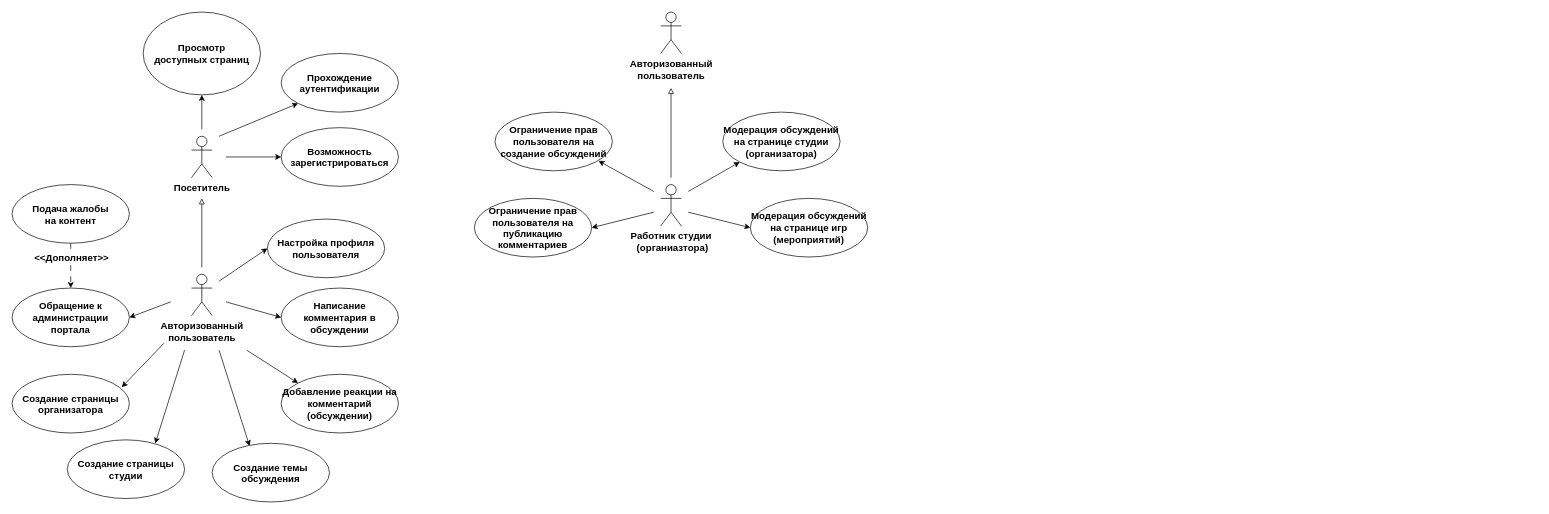
The draw.io diagram doc/usecases.drawio in TrondinDS/SNGGame, before the edit. Source tidied: cells renumbered, new cells numbered last; positions are measured from the earlier drawing's top-left corner, leaving out a move shared by most shapes. Both pictures are drawn from the tidied source at 69%, with x=0, y=0 at pixel (12, 12).
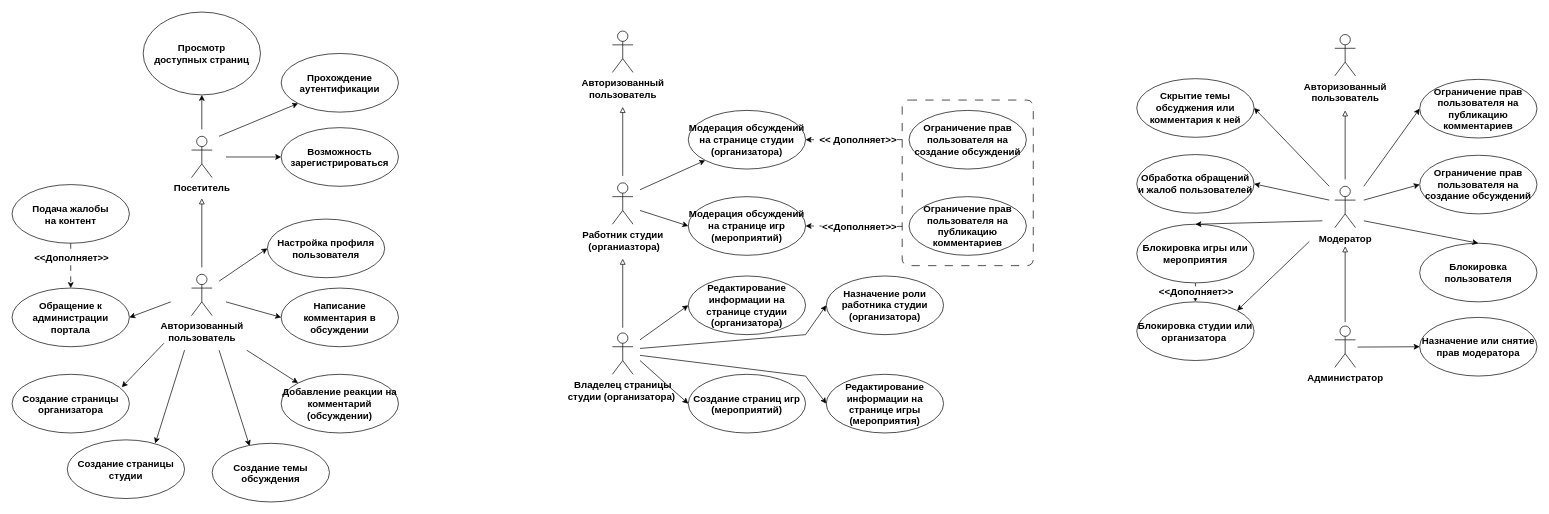
After the change.

Commit message:
update usecase diagrams

The edit, as a diff of the source:
```diff
@@
+    <mxCell id="39" style="rounded=1;whiteSpace=wrap;html=1;fillColor=none;strokeWidth=1;dashed=1;dashPattern=12 12;arcSize=5;" parent="1" vertex="1">
+      <mxGeometry x="1290" y="127.5" width="190" height="240" as="geometry" />
+    </mxCell>
+    <mxCell id="40" value="Редактирование информации на странице игры (мероприятия)" style="ellipse;whiteSpace=wrap;html=1;fontSize=14;fontStyle=1;" parent="1" vertex="1">
+      <mxGeometry x="1180" y="525" width="170" height="85" as="geometry" />
+    </mxCell>
+    <mxCell id="41" value="Назначение роли работника студии (организатора)" style="ellipse;whiteSpace=wrap;html=1;fontSize=14;fontStyle=1;" parent="1" vertex="1">
+      <mxGeometry x="1180" y="382.5" width="170" height="85" as="geometry" />
+    </mxCell>
@@
     <mxCell id="20" style="edgeStyle=orthogonalEdgeStyle;rounded=0;orthogonalLoop=1;jettySize=auto;html=1;endArrow=block;endFill=0;" parent="1" edge="1">
       <mxGeometry relative="1" as="geometry">
-        <mxPoint x="955" y="240" as="sourcePoint" />
-        <mxPoint x="955" y="110" as="targetPoint" />
+        <mxPoint x="885" y="237.5" as="sourcePoint" />
+        <mxPoint x="885" y="137.5" as="targetPoint" />
       </mxGeometry>
     </mxCell>
-    <mxCell id="21" style="rounded=0;jettySize=auto;html=1;entryX=1;entryY=0.5;entryDx=0;entryDy=0;" parent="1" edge="1" target="28">
-      <mxGeometry relative="1" as="geometry">
-        <mxPoint x="930" y="290" as="sourcePoint" />
-      </mxGeometry>
-    </mxCell>
-    <mxCell id="22" style="rounded=0;jettySize=auto;html=1;entryX=0.882;entryY=0.831;entryDx=0;entryDy=0;entryPerimeter=0;" parent="1" edge="1" target="29">
-      <mxGeometry relative="1" as="geometry">
-        <mxPoint x="930" y="260" as="sourcePoint" />
-      </mxGeometry>
-    </mxCell>
     <mxCell id="23" style="rounded=0;jettySize=auto;html=1;entryX=0;entryY=1;entryDx=0;entryDy=0;" parent="1" edge="1" target="26">
       <mxGeometry relative="1" as="geometry">
-        <mxPoint x="980" y="260" as="sourcePoint" />
+        <mxPoint x="910" y="257.5" as="sourcePoint" />
       </mxGeometry>
     </mxCell>
     <mxCell id="24" style="rounded=0;jettySize=auto;html=1;entryX=0;entryY=0.5;entryDx=0;entryDy=0;" parent="1" edge="1" target="27">
       <mxGeometry relative="1" as="geometry">
-        <mxPoint x="980" y="290" as="sourcePoint" />
+        <mxPoint x="910" y="287.5" as="sourcePoint" />
       </mxGeometry>
     </mxCell>
     <mxCell id="25" value="&lt;div&gt;Работник студии&lt;/div&gt;&lt;div&gt;&amp;nbsp;(&lt;span style=&quot;background-color: transparent; color: light-dark(rgb(0, 0, 0), rgb(255, 255, 255));&quot;&gt;органиазтора&lt;/span&gt;&lt;span style=&quot;background-color: transparent; color: light-dark(rgb(0, 0, 0), rgb(255, 255, 255));&quot;&gt;)&lt;/span&gt;&lt;/div&gt;" style="shape=umlActor;verticalLabelPosition=bottom;verticalAlign=top;html=1;fontSize=14;fontStyle=1;" parent="1" vertex="1">
-      <mxGeometry x="940" y="250" width="30" height="60" as="geometry" />
+      <mxGeometry x="870" y="247.5" width="30" height="60" as="geometry" />
     </mxCell>
     <mxCell id="26" value="Модерация обсуждений на странице студии (организатора)" style="ellipse;whiteSpace=wrap;html=1;fontSize=14;fontStyle=1;" parent="1" vertex="1">
-      <mxGeometry x="1030" y="145" width="170" height="85" as="geometry" />
+      <mxGeometry x="980" y="142.5" width="170" height="85" as="geometry" />
     </mxCell>
     <mxCell id="27" value="Модерация обсуждений на странице игр (мероприятий)" style="ellipse;whiteSpace=wrap;html=1;fontSize=14;fontStyle=1;" parent="1" vertex="1">
-      <mxGeometry x="1070" y="270" width="170" height="85" as="geometry" />
+      <mxGeometry x="980" y="267.5" width="170" height="85" as="geometry" />
     </mxCell>
+    <mxCell id="42" style="rounded=0;jettySize=auto;html=1;entryX=1;entryY=0.5;entryDx=0;entryDy=0;dashed=1;dashPattern=8 8;exitX=0.001;exitY=0.763;exitDx=0;exitDy=0;exitPerimeter=0;" parent="1" edge="1" source="39" target="27">
+      <mxGeometry relative="1" as="geometry" />
+    </mxCell>
+    <mxCell id="43" value="&amp;lt;&amp;lt;Дополняет&amp;gt;&amp;gt;" style="edgeLabel;html=1;align=center;verticalAlign=middle;fontStyle=1;fontSize=14;" parent="42" vertex="1">
+      <mxGeometry x="0.4" relative="1" as="geometry">
+        <mxPoint x="35" as="offset" />
+      </mxGeometry>
+    </mxCell>
     <mxCell id="28" value="Ограничение прав пользователя на публикацию комментариев" style="ellipse;whiteSpace=wrap;html=1;fontSize=14;fontStyle=1;" parent="1" vertex="1">
-      <mxGeometry x="670" y="270" width="170" height="85" as="geometry" />
+      <mxGeometry x="1300" y="267.5" width="170" height="85" as="geometry" />
     </mxCell>
+    <mxCell id="44" style="rounded=0;jettySize=auto;html=1;entryX=1;entryY=0.5;entryDx=0;entryDy=0;dashed=1;dashPattern=8 8;exitX=0.001;exitY=0.239;exitDx=0;exitDy=0;exitPerimeter=0;" parent="1" edge="1" source="39" target="26">
+      <mxGeometry relative="1" as="geometry" />
+    </mxCell>
+    <mxCell id="45" value="&amp;lt;&amp;lt; Дополняет&amp;gt;&amp;gt;" style="edgeLabel;html=1;align=center;verticalAlign=middle;fontStyle=1;fontSize=14;" parent="44" vertex="1">
+      <mxGeometry x="0.11" y="-1" relative="1" as="geometry">
+        <mxPoint x="13" y="1" as="offset" />
+      </mxGeometry>
+    </mxCell>
     <mxCell id="29" value="Ограничение прав пользователя на создание обсуждений" style="ellipse;whiteSpace=wrap;html=1;fontSize=14;fontStyle=1;" parent="1" vertex="1">
-      <mxGeometry x="700" y="145" width="170" height="85" as="geometry" />
+      <mxGeometry x="1300" y="142.5" width="170" height="85" as="geometry" />
     </mxCell>
     <mxCell id="30" value="Авторизованный&lt;div&gt;пользователь&lt;/div&gt;" style="shape=umlActor;verticalLabelPosition=bottom;verticalAlign=top;html=1;fontSize=14;fontStyle=1;" parent="1" vertex="1">
-      <mxGeometry x="940" width="30" height="60" as="geometry" />
+      <mxGeometry x="870" y="27.5" width="30" height="60" as="geometry" />
     </mxCell>
@@
+    <mxCell id="46" style="rounded=0;orthogonalLoop=1;jettySize=auto;html=1;endArrow=block;endFill=0;" parent="1" edge="1">
+      <mxGeometry relative="1" as="geometry">
+        <mxPoint x="885" y="457.5" as="sourcePoint" />
+        <mxPoint x="885" y="357.5" as="targetPoint" />
+      </mxGeometry>
+    </mxCell>
+    <mxCell id="47" style="rounded=0;jettySize=auto;html=1;entryX=0;entryY=0.5;entryDx=0;entryDy=0;" parent="1" edge="1" target="50">
+      <mxGeometry relative="1" as="geometry">
+        <mxPoint x="910" y="475" as="sourcePoint" />
+      </mxGeometry>
+    </mxCell>
+    <mxCell id="48" style="rounded=0;jettySize=auto;html=1;entryX=0;entryY=0.5;entryDx=0;entryDy=0;" parent="1" edge="1" target="51">
+      <mxGeometry relative="1" as="geometry">
+        <mxPoint x="910" y="505" as="sourcePoint" />
+      </mxGeometry>
+    </mxCell>
+    <mxCell id="49" value="&lt;div&gt;Владелец страницы&lt;/div&gt;&lt;div&gt;студии (организатора)&amp;nbsp;&lt;/div&gt;" style="shape=umlActor;verticalLabelPosition=bottom;verticalAlign=top;html=1;fontSize=14;fontStyle=1;" parent="1" vertex="1">
+      <mxGeometry x="870" y="465" width="30" height="60" as="geometry" />
+    </mxCell>
+    <mxCell id="50" value="Редактирование информации на странице студии (организатора)" style="ellipse;whiteSpace=wrap;html=1;fontSize=14;fontStyle=1;" parent="1" vertex="1">
+      <mxGeometry x="980" y="382.5" width="170" height="85" as="geometry" />
+    </mxCell>
+    <mxCell id="51" value="Создание страниц игр (мероприятий)" style="ellipse;whiteSpace=wrap;html=1;fontSize=14;fontStyle=1;" parent="1" vertex="1">
+      <mxGeometry x="980" y="525" width="170" height="85" as="geometry" />
+    </mxCell>
+    <mxCell id="52" style="edgeStyle=orthogonalEdgeStyle;rounded=0;orthogonalLoop=1;jettySize=auto;html=1;endArrow=block;endFill=0;" parent="1" edge="1">
+      <mxGeometry relative="1" as="geometry">
+        <mxPoint x="1932" y="242.5" as="sourcePoint" />
+        <mxPoint x="1932" y="142.5" as="targetPoint" />
+      </mxGeometry>
+    </mxCell>
+    <mxCell id="53" style="rounded=0;jettySize=auto;html=1;entryX=1;entryY=0.5;entryDx=0;entryDy=0;" parent="1" edge="1" target="68">
+      <mxGeometry relative="1" as="geometry">
+        <mxPoint x="1909" y="252.5" as="sourcePoint" />
+      </mxGeometry>
+    </mxCell>
+    <mxCell id="54" style="rounded=0;jettySize=auto;html=1;entryX=1;entryY=0.5;entryDx=0;entryDy=0;" parent="1" edge="1" target="67">
+      <mxGeometry relative="1" as="geometry">
+        <mxPoint x="1909" y="272.5" as="sourcePoint" />
+      </mxGeometry>
+    </mxCell>
+    <mxCell id="55" style="rounded=0;jettySize=auto;html=1;entryX=0;entryY=0.5;entryDx=0;entryDy=0;" parent="1" edge="1" target="60">
+      <mxGeometry relative="1" as="geometry">
+        <mxPoint x="1959" y="252.5" as="sourcePoint" />
+      </mxGeometry>
+    </mxCell>
+    <mxCell id="56" style="rounded=0;jettySize=auto;html=1;entryX=0;entryY=0.5;entryDx=0;entryDy=0;" parent="1" edge="1" target="61">
+      <mxGeometry relative="1" as="geometry">
+        <mxPoint x="1959" y="272.5" as="sourcePoint" />
+      </mxGeometry>
+    </mxCell>
+    <mxCell id="57" style="rounded=0;jettySize=auto;html=1;entryX=1;entryY=0;entryDx=0;entryDy=0;" parent="1" edge="1" target="63">
+      <mxGeometry relative="1" as="geometry">
+        <mxPoint x="1880" y="332.5" as="sourcePoint" />
+      </mxGeometry>
+    </mxCell>
+    <mxCell id="58" value="&lt;div&gt;Модератор&lt;/div&gt;" style="shape=umlActor;verticalLabelPosition=bottom;verticalAlign=top;html=1;fontSize=14;fontStyle=1;" parent="1" vertex="1">
+      <mxGeometry x="1917" y="252.5" width="30" height="60" as="geometry" />
+    </mxCell>
+    <mxCell id="59" value="Авторизованный&lt;div&gt;пользователь&lt;/div&gt;" style="shape=umlActor;verticalLabelPosition=bottom;verticalAlign=top;html=1;fontSize=14;fontStyle=1;" parent="1" vertex="1">
+      <mxGeometry x="1917" y="32.5" width="30" height="60" as="geometry" />
+    </mxCell>
+    <mxCell id="60" value="Ограничение прав пользователя на публикацию комментариев" style="ellipse;whiteSpace=wrap;html=1;fontSize=14;fontStyle=1;" parent="1" vertex="1">
+      <mxGeometry x="2040" y="97.5" width="170" height="85" as="geometry" />
+    </mxCell>
+    <mxCell id="61" value="Ограничение прав пользователя на создание обсуждений" style="ellipse;whiteSpace=wrap;html=1;fontSize=14;fontStyle=1;" parent="1" vertex="1">
+      <mxGeometry x="2040" y="207.5" width="170" height="85" as="geometry" />
+    </mxCell>
+    <mxCell id="62" value="Блокировка пользователя" style="ellipse;whiteSpace=wrap;html=1;fontSize=14;fontStyle=1;" parent="1" vertex="1">
+      <mxGeometry x="2040" y="335" width="170" height="85" as="geometry" />
+    </mxCell>
+    <mxCell id="63" value="Блокировка студии или организатора&amp;nbsp;" style="ellipse;whiteSpace=wrap;html=1;fontSize=14;fontStyle=1;" parent="1" vertex="1">
+      <mxGeometry x="1630" y="420" width="170" height="85" as="geometry" />
+    </mxCell>
+    <mxCell id="64" style="rounded=0;jettySize=auto;html=1;entryX=0.5;entryY=0;entryDx=0;entryDy=0;dashed=1;dashPattern=12 12;" parent="1" edge="1" source="66" target="63">
+      <mxGeometry relative="1" as="geometry" />
+    </mxCell>
+    <mxCell id="65" value="&amp;lt;&amp;lt;Дополняет&amp;gt;&amp;gt;" style="edgeLabel;html=1;align=center;verticalAlign=middle;fontStyle=1;fontSize=14;" parent="64" vertex="1">
+      <mxGeometry x="-0.32" relative="1" as="geometry">
+        <mxPoint y="4" as="offset" />
+      </mxGeometry>
+    </mxCell>
+    <mxCell id="66" value="Блокировка игры или мероприятия" style="ellipse;whiteSpace=wrap;html=1;fontSize=14;fontStyle=1;" parent="1" vertex="1">
+      <mxGeometry x="1630" y="307.5" width="170" height="85" as="geometry" />
+    </mxCell>
+    <mxCell id="67" value="Обработка обращений и жалоб пользователей" style="ellipse;whiteSpace=wrap;html=1;fontSize=14;fontStyle=1;" parent="1" vertex="1">
+      <mxGeometry x="1630" y="206.5" width="170" height="85" as="geometry" />
+    </mxCell>
+    <mxCell id="68" value="Скрытие темы обсуджения или комментария к ней" style="ellipse;whiteSpace=wrap;html=1;fontSize=14;fontStyle=1;" parent="1" vertex="1">
+      <mxGeometry x="1630" y="96.5" width="170" height="85" as="geometry" />
+    </mxCell>
+    <mxCell id="69" style="rounded=0;jettySize=auto;html=1;entryX=0;entryY=0.5;entryDx=0;entryDy=0;" parent="1" edge="1" target="41">
+      <mxGeometry relative="1" as="geometry">
+        <mxPoint x="910" y="487.5" as="sourcePoint" />
+        <Array as="points">
+          <mxPoint x="1150" y="467.5" />
+        </Array>
+      </mxGeometry>
+    </mxCell>
+    <mxCell id="70" style="rounded=0;jettySize=auto;html=1;entryX=0;entryY=0.5;entryDx=0;entryDy=0;" parent="1" edge="1" target="40">
+      <mxGeometry relative="1" as="geometry">
+        <mxPoint x="910" y="497.5" as="sourcePoint" />
+        <Array as="points">
+          <mxPoint x="1150" y="527.5" />
+        </Array>
+      </mxGeometry>
+    </mxCell>
+    <mxCell id="71" style="rounded=0;jettySize=auto;html=1;entryX=0.5;entryY=0;entryDx=0;entryDy=0;" parent="1" edge="1" target="62">
+      <mxGeometry relative="1" as="geometry">
+        <mxPoint x="1959" y="302.5" as="sourcePoint" />
+      </mxGeometry>
+    </mxCell>
+    <mxCell id="72" style="rounded=0;jettySize=auto;html=1;entryX=0.5;entryY=0;entryDx=0;entryDy=0;" parent="1" edge="1" target="66">
+      <mxGeometry relative="1" as="geometry">
+        <mxPoint x="1899" y="302.5" as="sourcePoint" />
+      </mxGeometry>
+    </mxCell>
+    <mxCell id="73" style="rounded=0;jettySize=auto;html=1;entryX=0;entryY=0.5;entryDx=0;entryDy=0;" parent="1" edge="1" target="76">
+      <mxGeometry relative="1" as="geometry">
+        <mxPoint x="1950" y="485.5" as="sourcePoint" />
+      </mxGeometry>
+    </mxCell>
+    <mxCell id="74" style="rounded=0;orthogonalLoop=1;jettySize=auto;html=1;endArrow=block;endFill=0;" parent="1" edge="1">
+      <mxGeometry relative="1" as="geometry">
+        <mxPoint x="1932" y="449.5" as="sourcePoint" />
+        <mxPoint x="1932" y="339.5" as="targetPoint" />
+      </mxGeometry>
+    </mxCell>
+    <mxCell id="75" value="Администратор" style="shape=umlActor;verticalLabelPosition=bottom;verticalAlign=top;html=1;fontSize=14;fontStyle=1;" parent="1" vertex="1">
+      <mxGeometry x="1917" y="455" width="30" height="60" as="geometry" />
+    </mxCell>
+    <mxCell id="76" value="Назначение или снятие прав модератора" style="ellipse;whiteSpace=wrap;html=1;fontSize=14;fontStyle=1;" parent="1" vertex="1">
+      <mxGeometry x="2040" y="442.5" width="170" height="85" as="geometry" />
+    </mxCell>
```
